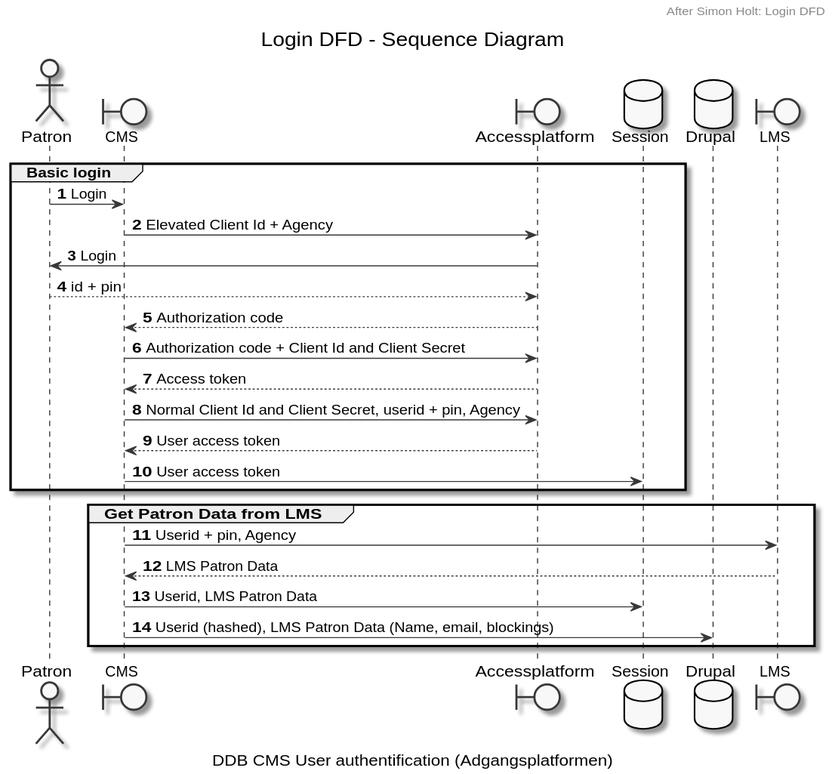
The PlantUML diagram docs/login-dfd.svg in danskernesdigitalebibliotek/plantuml, before a commit.
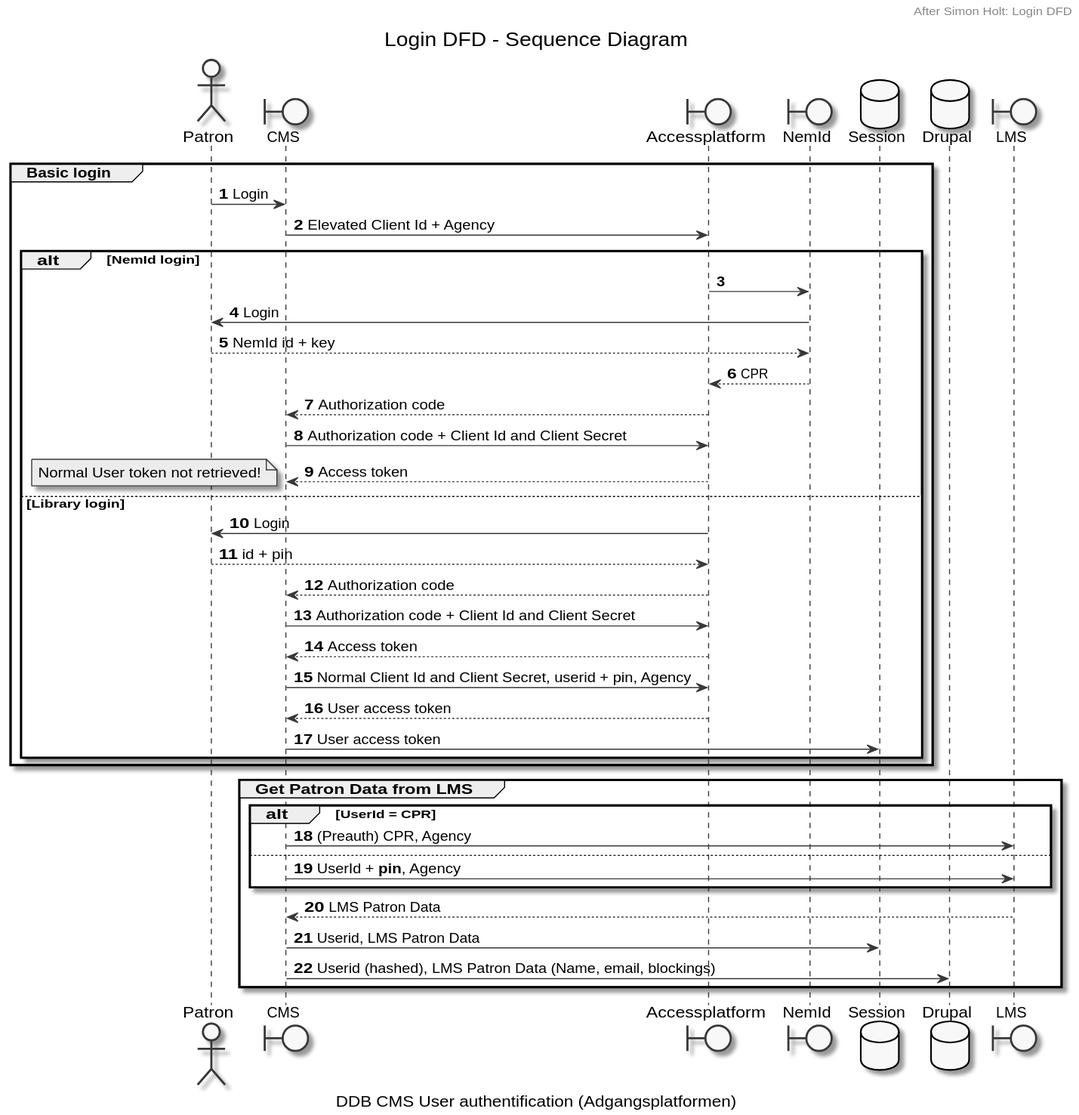
Above is the later version.

Diff of the diagram source:
```diff
@@ -9,39 +9,49 @@
 actor "Patron" as USER
 boundary CMS
 boundary Accessplatform as AP
-
+boundary NemId as NEMID
 database "Session" as SESSION
 database "Drupal" as DRUPAL
 boundary LMS
 
+
 group Basic login
 
-USER -> CMS: Login
-CMS -> AP: Elevated Client Id + Agency
-AP -> USER: Login
-AP <-- USER: id + pin
-CMS <-- AP: Authorization code
+    USER -> CMS: Login
+    CMS -> AP: Elevated Client Id + Agency
 
-CMS -> AP: Authorization code + Client Id and Client Secret
-CMS <-- AP: Access token
+    alt NemId login
+        AP -> NEMID:
+        NEMID -> USER: Login
+        NEMID <-- USER: NemId id + key
+        AP <-- NEMID: CPR
+        CMS <-- AP: Authorization code
+        CMS -> AP:  Authorization code + Client Id and Client Secret
+        CMS <-- AP: Access token
+        note left
+            Normal User token not retrieved!
+        end note
+    else Library login
+        AP -> USER: Login
+        AP  <-- USER: id + pin
+        CMS <-- AP: Authorization code
+        CMS -> AP:  Authorization code + Client Id and Client Secret
+        CMS <-- AP: Access token
+        CMS -> AP:  Normal Client Id and Client Secret, userid + pin, Agency
+        CMS <-- AP: User access token
+        CMS -> SESSION: User access token
 
-
-CMS -> AP: Normal Client Id and Client Secret, userid + pin, Agency
-CMS <-- AP: User access token
-
-CMS -> SESSION: User access token
-
+    end
 end
 
 group Get Patron Data from LMS
-
-CMS -> LMS: Userid + pin, Agency
-CMS <-- LMS: LMS Patron Data
-
-CMS -> SESSION: Userid, LMS Patron Data
-
-CMS -> DRUPAL: Userid (hashed), LMS Patron Data (Name, email, blockings)
-
-
+    alt UserId = CPR
+        CMS -> LMS: (Preauth) CPR, Agency
+    else
+        CMS -> LMS: UserId + **~~pin~~**, Agency
+    end
+    CMS <-- LMS: LMS Patron Data
+    CMS -> SESSION: Userid, LMS Patron Data
+    CMS -> DRUPAL: Userid (hashed), LMS Patron Data (Name, email, blockings)
 end
 @enduml
```
